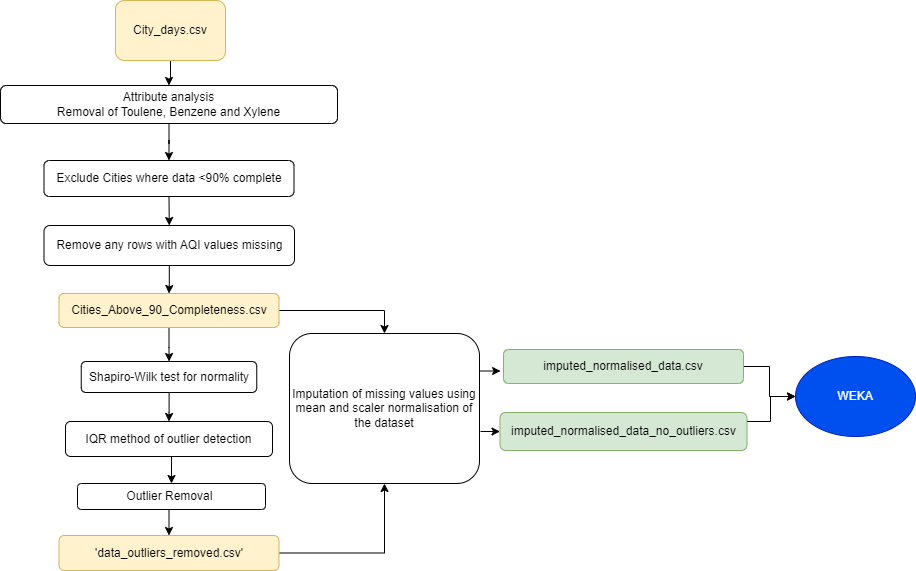
This is Pre-processing_detail.drawio.png from spacetrace1982/AirQualityIndex_India, a draw.io export, as it was before one commit. Source tidied: cells renumbered, new cells last; positions are measured from the earlier drawing's top-left corner, leaving out a move shared by most shapes. Source of this version:
```xml
<mxGraphModel>
  <root>
    <mxCell id="0" />
    <mxCell id="1" parent="0" />
    <mxCell id="2" style="edgeStyle=orthogonalEdgeStyle;rounded=0;jettySize=auto;html=1;entryX=0.5;entryY=0;entryDx=0;entryDy=0;" parent="1" edge="1" source="3" target="5">
      <mxGeometry relative="1" as="geometry" />
    </mxCell>
    <mxCell id="3" value="City_days.csv" style="rounded=1;whiteSpace=wrap;html=1;fillColor=#fff2cc;strokeColor=#d6b656;" parent="1" vertex="1">
      <mxGeometry x="115" width="110" height="60" as="geometry" />
    </mxCell>
    <mxCell id="4" style="edgeStyle=orthogonalEdgeStyle;rounded=0;jettySize=auto;html=1;" parent="1" edge="1" source="5" target="7">
      <mxGeometry relative="1" as="geometry" />
    </mxCell>
    <mxCell id="5" value="Attribute analysis&lt;br&gt;Removal of Toulene, Benzene and Xylene" style="rounded=1;whiteSpace=wrap;html=1;glass=0;" parent="1" vertex="1">
      <mxGeometry y="85" width="337" height="38" as="geometry" />
    </mxCell>
    <mxCell id="6" style="edgeStyle=orthogonalEdgeStyle;rounded=0;jettySize=auto;html=1;exitX=0.5;exitY=1;exitDx=0;exitDy=0;entryX=0.5;entryY=0;entryDx=0;entryDy=0;" parent="1" edge="1" source="7" target="9">
      <mxGeometry relative="1" as="geometry" />
    </mxCell>
    <mxCell id="7" value="Exclude Cities where data &amp;lt;90% complete" style="rounded=1;whiteSpace=wrap;html=1;" parent="1" vertex="1">
      <mxGeometry x="43.5" y="160" width="250" height="36" as="geometry" />
    </mxCell>
    <mxCell id="8" style="edgeStyle=orthogonalEdgeStyle;rounded=0;jettySize=auto;html=1;entryX=0.5;entryY=0;entryDx=0;entryDy=0;" parent="1" edge="1" source="9" target="12">
      <mxGeometry relative="1" as="geometry" />
    </mxCell>
    <mxCell id="9" value="Remove any rows with AQI values missing" style="rounded=1;whiteSpace=wrap;html=1;" parent="1" vertex="1">
      <mxGeometry x="43.5" y="225" width="250.5" height="40" as="geometry" />
    </mxCell>
    <mxCell id="10" style="edgeStyle=orthogonalEdgeStyle;rounded=0;jettySize=auto;html=1;" parent="1" edge="1" source="12" target="14">
      <mxGeometry relative="1" as="geometry" />
    </mxCell>
    <mxCell id="11" style="edgeStyle=orthogonalEdgeStyle;rounded=0;jettySize=auto;html=1;entryX=0.5;entryY=0;entryDx=0;entryDy=0;" parent="1" edge="1" source="12" target="21">
      <mxGeometry relative="1" as="geometry" />
    </mxCell>
    <mxCell id="12" value="Cities_Above_90_Completeness.csv" style="rounded=1;whiteSpace=wrap;html=1;fillColor=#fff2cc;strokeColor=#d6b656;" parent="1" vertex="1">
      <mxGeometry x="58.5" y="293" width="220" height="34" as="geometry" />
    </mxCell>
    <mxCell id="13" style="edgeStyle=orthogonalEdgeStyle;rounded=0;jettySize=auto;html=1;" parent="1" edge="1" source="14" target="16">
      <mxGeometry relative="1" as="geometry" />
    </mxCell>
    <mxCell id="14" value="Shapiro-Wilk test for normality" style="rounded=1;whiteSpace=wrap;html=1;" parent="1" vertex="1">
      <mxGeometry x="80.8" y="361" width="175.5" height="31" as="geometry" />
    </mxCell>
    <mxCell id="15" style="edgeStyle=orthogonalEdgeStyle;rounded=0;jettySize=auto;html=1;exitX=0.5;exitY=1;exitDx=0;exitDy=0;entryX=0.5;entryY=0;entryDx=0;entryDy=0;" parent="1" edge="1" source="16" target="18">
      <mxGeometry relative="1" as="geometry" />
    </mxCell>
    <mxCell id="16" value="IQR method of outlier detection" style="rounded=1;whiteSpace=wrap;html=1;" parent="1" vertex="1">
      <mxGeometry x="65" y="421" width="207" height="35" as="geometry" />
    </mxCell>
    <mxCell id="17" style="edgeStyle=orthogonalEdgeStyle;rounded=0;jettySize=auto;html=1;exitX=0.5;exitY=1;exitDx=0;exitDy=0;entryX=0.5;entryY=0;entryDx=0;entryDy=0;" parent="1" edge="1" source="18" target="20">
      <mxGeometry relative="1" as="geometry" />
    </mxCell>
    <mxCell id="18" value="Outlier Removal&amp;nbsp;" style="rounded=1;whiteSpace=wrap;html=1;" parent="1" vertex="1">
      <mxGeometry x="77" y="483" width="188" height="26" as="geometry" />
    </mxCell>
    <mxCell id="19" style="edgeStyle=orthogonalEdgeStyle;rounded=0;jettySize=auto;html=1;entryX=0.5;entryY=1;entryDx=0;entryDy=0;" parent="1" edge="1" source="20" target="21">
      <mxGeometry relative="1" as="geometry" />
    </mxCell>
    <mxCell id="20" value="'data_outliers_removed.csv'" style="rounded=1;whiteSpace=wrap;html=1;fillColor=#fff2cc;strokeColor=#d6b656;" parent="1" vertex="1">
      <mxGeometry x="58.5" y="535" width="220" height="35" as="geometry" />
    </mxCell>
    <mxCell id="21" value="Imputation of missing values using mean and scaler normalisation of the dataset" style="rounded=1;whiteSpace=wrap;html=1;" parent="1" vertex="1">
      <mxGeometry x="289" y="333" width="190" height="150" as="geometry" />
    </mxCell>
    <mxCell id="22" style="edgeStyle=orthogonalEdgeStyle;rounded=0;jettySize=auto;html=1;exitX=1;exitY=0.5;exitDx=0;exitDy=0;" parent="1" edge="1" source="23" target="27">
      <mxGeometry relative="1" as="geometry" />
    </mxCell>
    <mxCell id="23" value="imputed_normalised_data.csv" style="rounded=1;whiteSpace=wrap;html=1;fillColor=#d5e8d4;strokeColor=#82b366;" parent="1" vertex="1">
      <mxGeometry x="503" y="349" width="240" height="34" as="geometry" />
    </mxCell>
    <mxCell id="24" style="edgeStyle=orthogonalEdgeStyle;rounded=0;jettySize=auto;html=1;entryX=0;entryY=0.5;entryDx=0;entryDy=0;" parent="1" edge="1" source="25" target="27">
      <mxGeometry relative="1" as="geometry">
        <Array as="points">
          <mxPoint x="770" y="421" />
          <mxPoint x="770" y="396" />
        </Array>
      </mxGeometry>
    </mxCell>
    <mxCell id="25" value="imputed_normalised_data_no_outliers.csv" style="rounded=1;whiteSpace=wrap;html=1;fillColor=#d5e8d4;strokeColor=#82b366;" parent="1" vertex="1">
      <mxGeometry x="499.5" y="412" width="247" height="38" as="geometry" />
    </mxCell>
    <mxCell id="26" style="edgeStyle=orthogonalEdgeStyle;rounded=0;jettySize=auto;html=1;exitX=1;exitY=0.25;exitDx=0;exitDy=0;entryX=-0.012;entryY=0.639;entryDx=0;entryDy=0;entryPerimeter=0;" parent="1" edge="1" source="21" target="23">
      <mxGeometry relative="1" as="geometry" />
    </mxCell>
    <mxCell id="27" value="WEKA" style="ellipse;whiteSpace=wrap;html=1;fillColor=#0050ef;fontColor=#ffffff;strokeColor=#001DBC;" parent="1" vertex="1">
      <mxGeometry x="795" y="356" width="120" height="80" as="geometry" />
    </mxCell>
    <mxCell id="28" style="endArrow=classic;html=1;rounded=0;entryX=0;entryY=0.5;entryDx=0;entryDy=0;" parent="1" edge="1" target="25">
      <mxGeometry relative="1" as="geometry">
        <mxPoint x="480" y="431" as="sourcePoint" />
      </mxGeometry>
    </mxCell>
  </root>
</mxGraphModel>
```
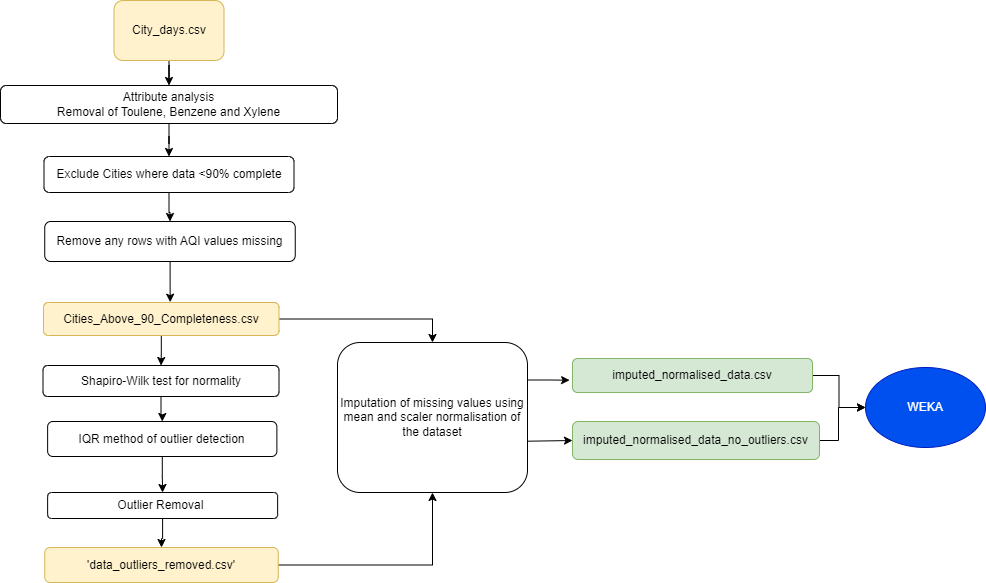
Above is the later version.

Diff of the diagram source:
```diff
@@ -2,93 +2,91 @@
   <root>
     <mxCell id="0" />
     <mxCell id="1" parent="0" />
-    <mxCell id="2" style="edgeStyle=orthogonalEdgeStyle;rounded=0;jettySize=auto;html=1;entryX=0.5;entryY=0;entryDx=0;entryDy=0;" parent="1" edge="1" source="3" target="5">
+    <mxCell id="2" style="edgeStyle=orthogonalEdgeStyle;rounded=0;jettySize=auto;html=1;" parent="1" edge="1" source="3" target="5">
       <mxGeometry relative="1" as="geometry" />
     </mxCell>
     <mxCell id="3" value="City_days.csv" style="rounded=1;whiteSpace=wrap;html=1;fillColor=#fff2cc;strokeColor=#d6b656;" parent="1" vertex="1">
-      <mxGeometry x="115" width="110" height="60" as="geometry" />
+      <mxGeometry x="43.5" width="110" height="60" as="geometry" />
     </mxCell>
     <mxCell id="4" style="edgeStyle=orthogonalEdgeStyle;rounded=0;jettySize=auto;html=1;" parent="1" edge="1" source="5" target="7">
       <mxGeometry relative="1" as="geometry" />
     </mxCell>
     <mxCell id="5" value="Attribute analysis&lt;br&gt;Removal of Toulene, Benzene and Xylene" style="rounded=1;whiteSpace=wrap;html=1;glass=0;" parent="1" vertex="1">
-      <mxGeometry y="85" width="337" height="38" as="geometry" />
+      <mxGeometry x="-70" y="85" width="337" height="38" as="geometry" />
     </mxCell>
-    <mxCell id="6" style="edgeStyle=orthogonalEdgeStyle;rounded=0;jettySize=auto;html=1;exitX=0.5;exitY=1;exitDx=0;exitDy=0;entryX=0.5;entryY=0;entryDx=0;entryDy=0;" parent="1" edge="1" source="7" target="9">
+    <mxCell id="6" style="edgeStyle=orthogonalEdgeStyle;rounded=0;jettySize=auto;html=1;entryX=0.5;entryY=0;entryDx=0;entryDy=0;" parent="1" edge="1" source="7" target="9">
       <mxGeometry relative="1" as="geometry" />
     </mxCell>
     <mxCell id="7" value="Exclude Cities where data &amp;lt;90% complete" style="rounded=1;whiteSpace=wrap;html=1;" parent="1" vertex="1">
-      <mxGeometry x="43.5" y="160" width="250" height="36" as="geometry" />
+      <mxGeometry x="-26.5" y="156" width="250" height="36" as="geometry" />
     </mxCell>
-    <mxCell id="8" style="edgeStyle=orthogonalEdgeStyle;rounded=0;jettySize=auto;html=1;entryX=0.5;entryY=0;entryDx=0;entryDy=0;" parent="1" edge="1" source="9" target="12">
-      <mxGeometry relative="1" as="geometry" />
-    </mxCell>
     <mxCell id="9" value="Remove any rows with AQI values missing" style="rounded=1;whiteSpace=wrap;html=1;" parent="1" vertex="1">
-      <mxGeometry x="43.5" y="225" width="250.5" height="40" as="geometry" />
+      <mxGeometry x="-25.8" y="221" width="250.5" height="40" as="geometry" />
     </mxCell>
+    <mxCell id="11" style="edgeStyle=orthogonalEdgeStyle;rounded=0;jettySize=auto;html=1;entryX=0.5;entryY=0;entryDx=0;entryDy=0;" parent="1" edge="1" source="12" target="21">
+      <mxGeometry relative="1" as="geometry" />
+    </mxCell>
     <mxCell id="10" style="edgeStyle=orthogonalEdgeStyle;rounded=0;jettySize=auto;html=1;" parent="1" edge="1" source="12" target="14">
       <mxGeometry relative="1" as="geometry" />
     </mxCell>
-    <mxCell id="11" style="edgeStyle=orthogonalEdgeStyle;rounded=0;jettySize=auto;html=1;entryX=0.5;entryY=0;entryDx=0;entryDy=0;" parent="1" edge="1" source="12" target="21">
-      <mxGeometry relative="1" as="geometry" />
-    </mxCell>
     <mxCell id="12" value="Cities_Above_90_Completeness.csv" style="rounded=1;whiteSpace=wrap;html=1;fillColor=#fff2cc;strokeColor=#d6b656;" parent="1" vertex="1">
-      <mxGeometry x="58.5" y="293" width="220" height="34" as="geometry" />
+      <mxGeometry x="-27" y="302" width="235.5" height="33" as="geometry" />
     </mxCell>
-    <mxCell id="13" style="edgeStyle=orthogonalEdgeStyle;rounded=0;jettySize=auto;html=1;" parent="1" edge="1" source="14" target="16">
+    <mxCell id="13" style="edgeStyle=orthogonalEdgeStyle;rounded=0;jettySize=auto;html=1;entryX=0.5;entryY=0;entryDx=0;entryDy=0;" parent="1" edge="1" source="14" target="16">
       <mxGeometry relative="1" as="geometry" />
     </mxCell>
     <mxCell id="14" value="Shapiro-Wilk test for normality" style="rounded=1;whiteSpace=wrap;html=1;" parent="1" vertex="1">
-      <mxGeometry x="80.8" y="361" width="175.5" height="31" as="geometry" />
+      <mxGeometry x="-27.5" y="365" width="236" height="31" as="geometry" />
     </mxCell>
-    <mxCell id="15" style="edgeStyle=orthogonalEdgeStyle;rounded=0;jettySize=auto;html=1;exitX=0.5;exitY=1;exitDx=0;exitDy=0;entryX=0.5;entryY=0;entryDx=0;entryDy=0;" parent="1" edge="1" source="16" target="18">
+    <mxCell id="15" style="edgeStyle=orthogonalEdgeStyle;rounded=0;jettySize=auto;html=1;" parent="1" edge="1" source="16" target="18">
       <mxGeometry relative="1" as="geometry" />
     </mxCell>
     <mxCell id="16" value="IQR method of outlier detection" style="rounded=1;whiteSpace=wrap;html=1;" parent="1" vertex="1">
-      <mxGeometry x="65" y="421" width="207" height="35" as="geometry" />
+      <mxGeometry x="-22.9" y="421" width="229.2" height="35" as="geometry" />
     </mxCell>
-    <mxCell id="17" style="edgeStyle=orthogonalEdgeStyle;rounded=0;jettySize=auto;html=1;exitX=0.5;exitY=1;exitDx=0;exitDy=0;entryX=0.5;entryY=0;entryDx=0;entryDy=0;" parent="1" edge="1" source="18" target="20">
+    <mxCell id="17" style="edgeStyle=orthogonalEdgeStyle;rounded=0;jettySize=auto;html=1;entryX=0.5;entryY=0;entryDx=0;entryDy=0;" parent="1" edge="1" source="18" target="20">
       <mxGeometry relative="1" as="geometry" />
     </mxCell>
     <mxCell id="18" value="Outlier Removal&amp;nbsp;" style="rounded=1;whiteSpace=wrap;html=1;" parent="1" vertex="1">
-      <mxGeometry x="77" y="483" width="188" height="26" as="geometry" />
+      <mxGeometry x="-22.9" y="492" width="230" height="26" as="geometry" />
     </mxCell>
     <mxCell id="19" style="edgeStyle=orthogonalEdgeStyle;rounded=0;jettySize=auto;html=1;entryX=0.5;entryY=1;entryDx=0;entryDy=0;" parent="1" edge="1" source="20" target="21">
       <mxGeometry relative="1" as="geometry" />
     </mxCell>
     <mxCell id="20" value="'data_outliers_removed.csv'" style="rounded=1;whiteSpace=wrap;html=1;fillColor=#fff2cc;strokeColor=#d6b656;" parent="1" vertex="1">
-      <mxGeometry x="58.5" y="535" width="220" height="35" as="geometry" />
+      <mxGeometry x="-25.8" y="547" width="233.5" height="35" as="geometry" />
     </mxCell>
     <mxCell id="21" value="Imputation of missing values using mean and scaler normalisation of the dataset" style="rounded=1;whiteSpace=wrap;html=1;" parent="1" vertex="1">
-      <mxGeometry x="289" y="333" width="190" height="150" as="geometry" />
+      <mxGeometry x="267" y="342" width="190" height="150" as="geometry" />
     </mxCell>
-    <mxCell id="22" style="edgeStyle=orthogonalEdgeStyle;rounded=0;jettySize=auto;html=1;exitX=1;exitY=0.5;exitDx=0;exitDy=0;" parent="1" edge="1" source="23" target="27">
+    <mxCell id="22" style="edgeStyle=orthogonalEdgeStyle;rounded=0;jettySize=auto;html=1;" parent="1" edge="1" source="23" target="27">
       <mxGeometry relative="1" as="geometry" />
     </mxCell>
     <mxCell id="23" value="imputed_normalised_data.csv" style="rounded=1;whiteSpace=wrap;html=1;fillColor=#d5e8d4;strokeColor=#82b366;" parent="1" vertex="1">
-      <mxGeometry x="503" y="349" width="240" height="34" as="geometry" />
+      <mxGeometry x="502" y="358" width="240" height="34" as="geometry" />
     </mxCell>
-    <mxCell id="24" style="edgeStyle=orthogonalEdgeStyle;rounded=0;jettySize=auto;html=1;entryX=0;entryY=0.5;entryDx=0;entryDy=0;" parent="1" edge="1" source="25" target="27">
+    <mxCell id="24" style="edgeStyle=orthogonalEdgeStyle;rounded=0;jettySize=auto;html=1;" parent="1" edge="1" source="25" target="27">
       <mxGeometry relative="1" as="geometry">
         <Array as="points">
-          <mxPoint x="770" y="421" />
-          <mxPoint x="770" y="396" />
+          <mxPoint x="768" y="440" />
+          <mxPoint x="768" y="407" />
         </Array>
       </mxGeometry>
     </mxCell>
     <mxCell id="25" value="imputed_normalised_data_no_outliers.csv" style="rounded=1;whiteSpace=wrap;html=1;fillColor=#d5e8d4;strokeColor=#82b366;" parent="1" vertex="1">
-      <mxGeometry x="499.5" y="412" width="247" height="38" as="geometry" />
+      <mxGeometry x="502" y="421" width="247" height="38" as="geometry" />
     </mxCell>
     <mxCell id="26" style="edgeStyle=orthogonalEdgeStyle;rounded=0;jettySize=auto;html=1;exitX=1;exitY=0.25;exitDx=0;exitDy=0;entryX=-0.012;entryY=0.639;entryDx=0;entryDy=0;entryPerimeter=0;" parent="1" edge="1" source="21" target="23">
       <mxGeometry relative="1" as="geometry" />
     </mxCell>
     <mxCell id="27" value="WEKA" style="ellipse;whiteSpace=wrap;html=1;fillColor=#0050ef;fontColor=#ffffff;strokeColor=#001DBC;" parent="1" vertex="1">
-      <mxGeometry x="795" y="356" width="120" height="80" as="geometry" />
+      <mxGeometry x="795" y="367" width="120" height="80" as="geometry" />
     </mxCell>
-    <mxCell id="28" style="endArrow=classic;html=1;rounded=0;entryX=0;entryY=0.5;entryDx=0;entryDy=0;" parent="1" edge="1" target="25">
-      <mxGeometry relative="1" as="geometry">
-        <mxPoint x="480" y="431" as="sourcePoint" />
-      </mxGeometry>
+    <mxCell id="28" style="endArrow=classic;html=1;rounded=0;entryX=0;entryY=0.5;entryDx=0;entryDy=0;exitX=1.002;exitY=0.658;exitDx=0;exitDy=0;exitPerimeter=0;" parent="1" edge="1" source="21" target="25">
+      <mxGeometry relative="1" as="geometry" />
     </mxCell>
+    <mxCell id="8" style="edgeStyle=orthogonalEdgeStyle;rounded=0;jettySize=auto;html=1;entryX=0.538;entryY=-0.01;entryDx=0;entryDy=0;entryPerimeter=0;" parent="1" edge="1" source="9" target="12">
+      <mxGeometry relative="1" as="geometry" />
+    </mxCell>
   </root>
 </mxGraphModel>
```
